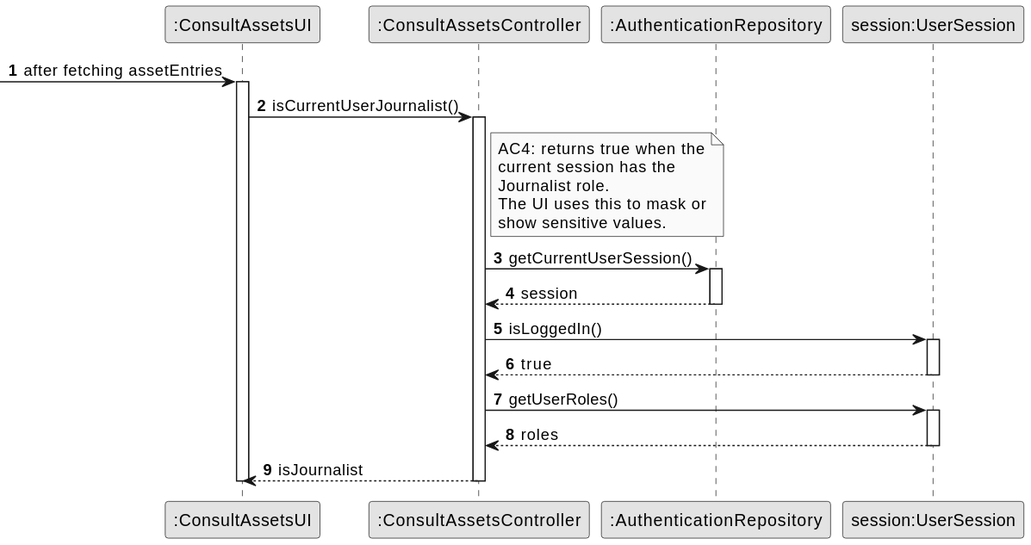
The PlantUML diagram docs/system-documentation/US11/03.design/svg/US11-SD-partial-get-current-user-role.svg in brunodspinto/crystal-clear-platform, before a commit.
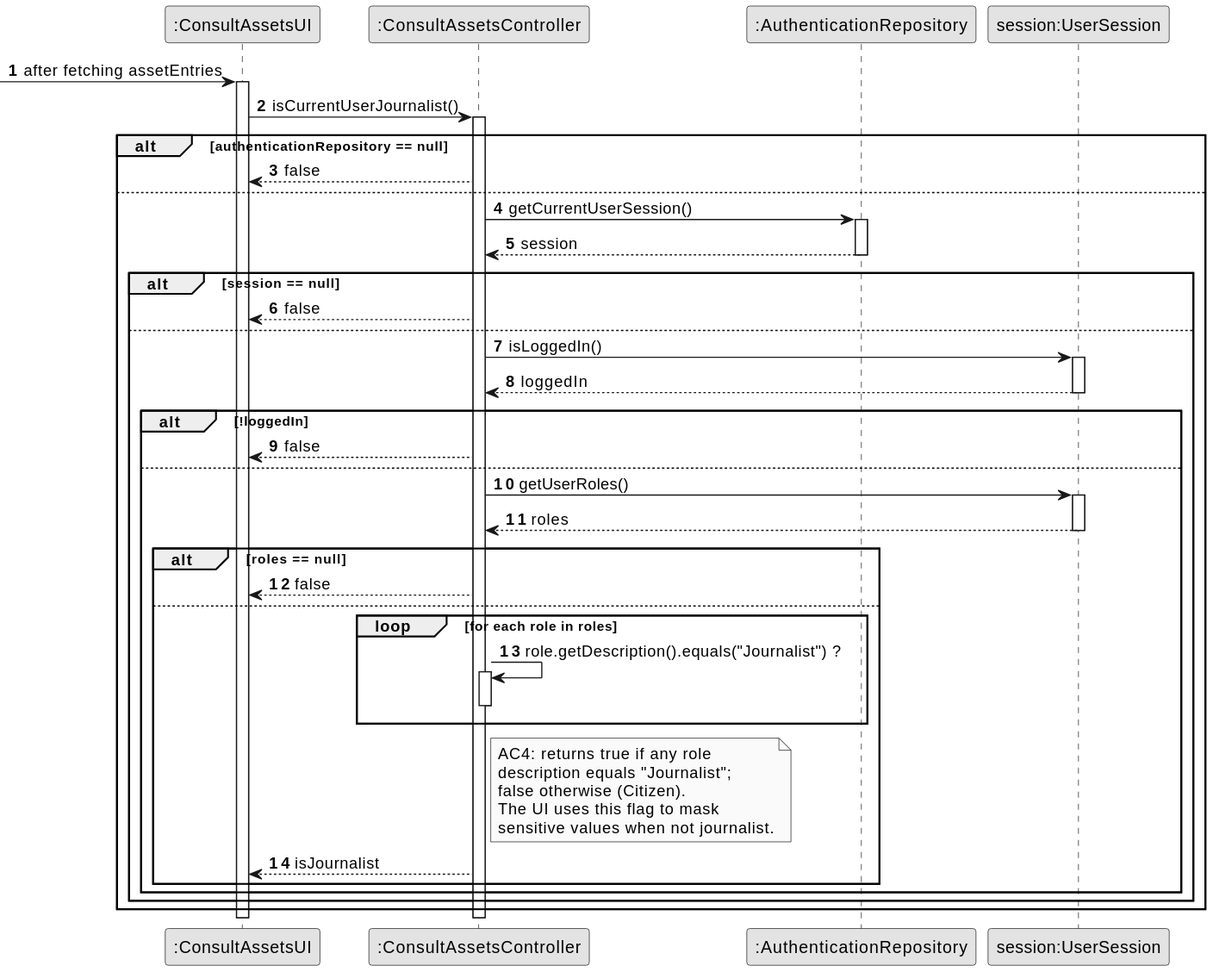
The same diagram one commit later.

What changed in the source:
```diff
@@ -16,30 +16,52 @@
     UI -> CTRL : isCurrentUserJournalist()
     activate CTRL
 
-        note right of CTRL
-            AC4: returns true when the
-            current session has the
-            Journalist role.
-            The UI uses this to mask or
-            show sensitive values.
-        end note
+        alt authenticationRepository == null
+            CTRL --> UI : false
+        else
+            CTRL -> AUTH : getCurrentUserSession()
+            activate AUTH
+                AUTH --> CTRL : session
+            deactivate AUTH
 
-        CTRL -> AUTH : getCurrentUserSession()
-        activate AUTH
-            AUTH --> CTRL : session
-        deactivate AUTH
+            alt session == null
+                CTRL --> UI : false
+            else
+                CTRL -> SESS : isLoggedIn()
+                activate SESS
+                    SESS --> CTRL : loggedIn
+                deactivate SESS
 
-        CTRL -> SESS : isLoggedIn()
-        activate SESS
-            SESS --> CTRL : true
-        deactivate SESS
+                alt !loggedIn
+                    CTRL --> UI : false
+                else
+                    CTRL -> SESS : getUserRoles()
+                    activate SESS
+                        SESS --> CTRL : roles
+                    deactivate SESS
 
-        CTRL -> SESS : getUserRoles()
-        activate SESS
-            SESS --> CTRL : roles
-        deactivate SESS
+                    alt roles == null
+                        CTRL --> UI : false
+                    else
+                        loop for each role in roles
+                            CTRL -> CTRL : role.getDescription().equals("Journalist") ?
+                            activate CTRL
+                            deactivate CTRL
+                        end
 
-        CTRL --> UI : isJournalist
+                        note right of CTRL
+                            AC4: returns true if any role
+                            description equals "Journalist";
+                            false otherwise (Citizen).
+                            The UI uses this flag to mask
+                            sensitive values when not journalist.
+                        end note
+
+                        CTRL --> UI : isJournalist
+                    end
+                end
+            end
+        end
     deactivate CTRL
 
 deactivate UI
```
